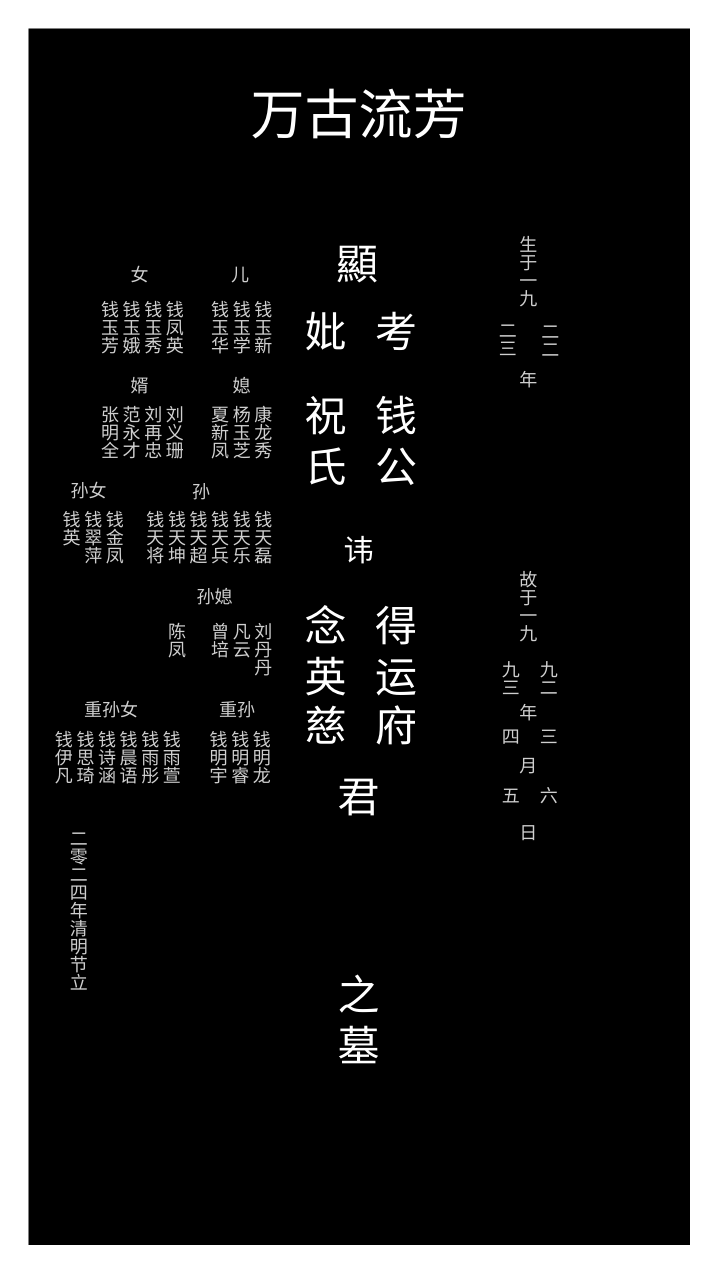
This is 未命名绘图.drawio from wshiqtb/wshiqtb, a draw.io file, before an edit. Source tidied: cells renumbered, new cells numbered last; positions are measured from the earlier drawing's top-left corner, leaving out a move shared by most shapes. Both pictures are drawn from the tidied source at 150%, with x=0, y=0 at pixel (28, 28).
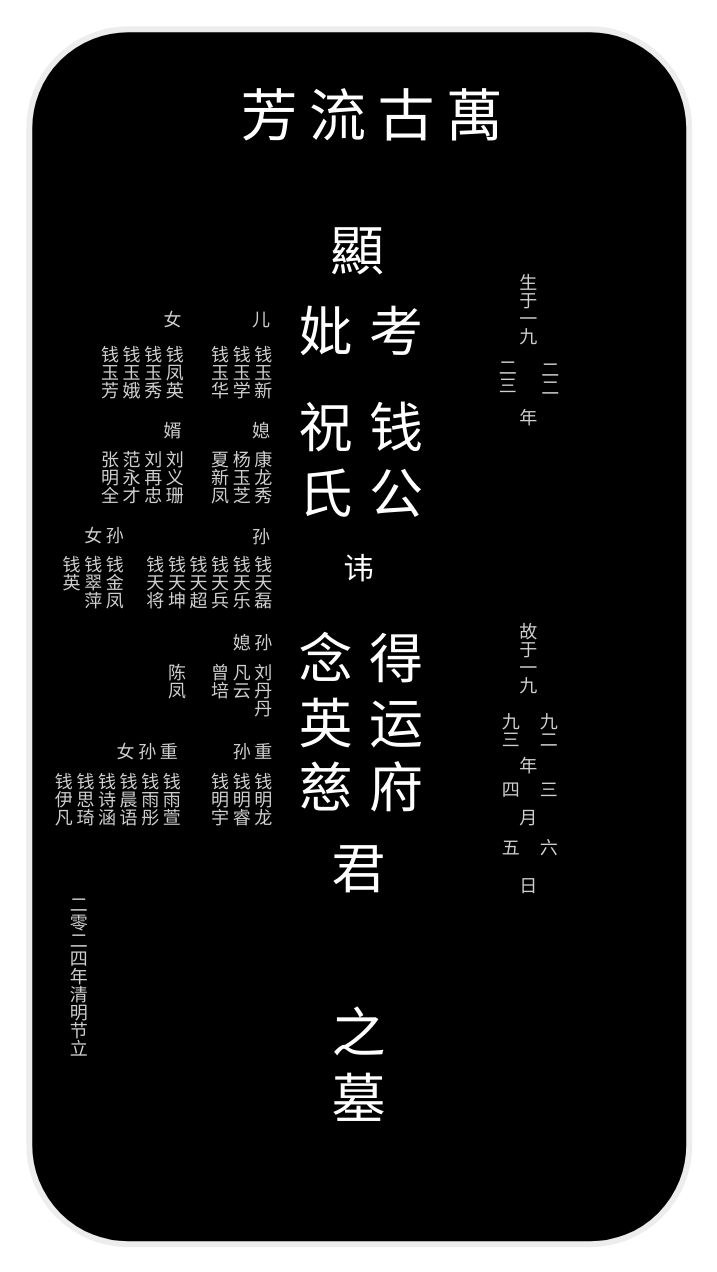
The same diagram, later.

Commit message (it also covers changes not shown here):
更新未命名绘图.drawio

What changed in the source:
```diff
@@
-    <mxCell id="2" style="rounded=0;whiteSpace=wrap;html=1;labelBackgroundColor=#000000;fillColor=#000000;strokeColor=#000000;" parent="1" vertex="1">
+    <mxCell id="2" style="rounded=1;whiteSpace=wrap;html=1;labelBackgroundColor=#000000;fillColor=#000000;strokeColor=#EDEDED;fillStyle=auto;gradientColor=none;strokeWidth=4;shadow=0;textShadow=0;" parent="1" vertex="1">
       <mxGeometry width="440" height="810" as="geometry" />
     </mxCell>
-    <mxCell id="3" value="女" style="text;html=1;align=center;verticalAlign=middle;whiteSpace=wrap;rounded=0;fontColor=#CFCFCF;opacity=10;" parent="1" vertex="1">
-      <mxGeometry x="54" y="154" width="40" height="20" as="geometry" />
+    <mxCell id="3" value="女" style="text;html=1;align=right;verticalAlign=middle;whiteSpace=wrap;rounded=0;fontColor=#CFCFCF;opacity=10;" parent="1" vertex="1">
+      <mxGeometry x="64" y="184" width="40" height="20" as="geometry" />
     </mxCell>
-    <mxCell id="4" value="儿" style="text;html=1;align=center;verticalAlign=middle;whiteSpace=wrap;rounded=0;fontColor=#CFCFCF;opacity=10;" parent="1" vertex="1">
-      <mxGeometry x="121" y="154" width="40" height="20" as="geometry" />
+    <mxCell id="4" value="儿" style="text;html=1;align=right;verticalAlign=middle;whiteSpace=wrap;rounded=0;fontColor=#CFCFCF;opacity=10;" parent="1" vertex="1">
+      <mxGeometry x="123" y="184" width="40" height="20" as="geometry" />
     </mxCell>
     <mxCell id="5" value="钱玉新&lt;div style=&quot;font-size: 12px;&quot;&gt;钱玉学&lt;/div&gt;&lt;div style=&quot;font-size: 12px;&quot;&gt;钱玉华&lt;/div&gt;" style="text;html=1;align=right;verticalAlign=top;whiteSpace=wrap;rounded=0;textDirection=vertical-rl;spacingTop=0;spacing=2;fontSize=12;spacingBottom=0;fontColor=#CFCFCF;opacity=10;" parent="1" vertex="1">
-      <mxGeometry x="123" y="174" width="40" height="50" as="geometry" />
+      <mxGeometry x="123" y="204" width="40" height="50" as="geometry" />
     </mxCell>
     <mxCell id="6" value="钱凤英&lt;div&gt;钱玉秀&lt;/div&gt;&lt;div&gt;钱玉娥&lt;/div&gt;&lt;div&gt;钱玉芳&lt;/div&gt;" style="text;html=1;align=right;verticalAlign=top;whiteSpace=wrap;rounded=0;textDirection=vertical-rl;spacingTop=0;spacing=2;fontSize=12;spacingBottom=0;fontColor=#CFCFCF;opacity=10;" parent="1" vertex="1">
-      <mxGeometry x="64" y="174" width="40" height="50" as="geometry" />
+      <mxGeometry x="64" y="204" width="40" height="50" as="geometry" />
     </mxCell>
-    <mxCell id="7" value="媳" style="text;html=1;align=center;verticalAlign=middle;whiteSpace=wrap;rounded=0;fontColor=#CFCFCF;opacity=10;" parent="1" vertex="1">
-      <mxGeometry x="122" y="225" width="40" height="25" as="geometry" />
+    <mxCell id="7" value="媳" style="text;html=1;align=right;verticalAlign=middle;whiteSpace=wrap;rounded=0;fontColor=#CFCFCF;opacity=10;" parent="1" vertex="1">
+      <mxGeometry x="123" y="255" width="40" height="25" as="geometry" />
     </mxCell>
     <mxCell id="8" value="康龙秀&lt;div&gt;杨玉芝&lt;/div&gt;&lt;div&gt;夏新凤&lt;/div&gt;" style="text;html=1;align=right;verticalAlign=top;whiteSpace=wrap;rounded=0;textDirection=vertical-rl;spacingTop=0;spacing=2;fontSize=12;spacingBottom=0;fontColor=#CFCFCF;opacity=10;" parent="1" vertex="1">
-      <mxGeometry x="113" y="244" width="50" height="50" as="geometry" />
+      <mxGeometry x="113" y="274" width="50" height="50" as="geometry" />
     </mxCell>
     <mxCell id="9" value="刘义珊&lt;div&gt;刘再忠&lt;/div&gt;&lt;div&gt;范永才&lt;/div&gt;&lt;div&gt;张明全&lt;/div&gt;" style="text;html=1;align=right;verticalAlign=top;whiteSpace=wrap;rounded=0;textDirection=vertical-rl;spacingTop=0;spacing=2;fontSize=12;spacingBottom=0;fontColor=#CFCFCF;opacity=10;" parent="1" vertex="1">
-      <mxGeometry x="54" y="244" width="50" height="50" as="geometry" />
+      <mxGeometry x="54" y="274" width="50" height="50" as="geometry" />
     </mxCell>
-    <mxCell id="10" value="婿" style="text;html=1;align=center;verticalAlign=middle;whiteSpace=wrap;rounded=0;fontColor=#CFCFCF;opacity=10;" parent="1" vertex="1">
-      <mxGeometry x="54" y="227.5" width="40" height="20" as="geometry" />
+    <mxCell id="10" value="婿" style="text;html=1;align=right;verticalAlign=middle;whiteSpace=wrap;rounded=0;fontColor=#CFCFCF;opacity=10;" parent="1" vertex="1">
+      <mxGeometry x="64" y="257.5" width="40" height="20" as="geometry" />
     </mxCell>
     <mxCell id="11" value="孙" style="text;html=1;align=right;verticalAlign=middle;whiteSpace=wrap;rounded=0;fontColor=#CFCFCF;opacity=10;" parent="1" vertex="1">
-      <mxGeometry x="83" y="299" width="40" height="20" as="geometry" />
+      <mxGeometry x="123" y="329" width="40" height="20" as="geometry" />
     </mxCell>
     <mxCell id="12" value="钱天磊&lt;div&gt;钱天乐&lt;/div&gt;&lt;div&gt;钱天兵&lt;/div&gt;&lt;div&gt;钱天超&lt;/div&gt;&lt;div&gt;钱天坤&lt;/div&gt;&lt;div&gt;钱天将&lt;/div&gt;" style="text;html=1;align=right;verticalAlign=top;whiteSpace=wrap;rounded=0;textDirection=vertical-rl;spacingTop=0;spacing=2;fontSize=12;spacingBottom=0;fontColor=#CFCFCF;opacity=10;" parent="1" vertex="1">
-      <mxGeometry x="73" y="314" width="90" height="50" as="geometry" />
+      <mxGeometry x="73" y="344" width="90" height="50" as="geometry" />
     </mxCell>
-    <mxCell id="13" value="孙女" style="text;html=1;align=right;verticalAlign=middle;whiteSpace=wrap;rounded=0;fontColor=#CFCFCF;opacity=10;" parent="1" vertex="1">
-      <mxGeometry x="19" y="298" width="35" height="20" as="geometry" />
+    <mxCell id="13" value="孙女" style="text;html=1;align=right;verticalAlign=middle;whiteSpace=wrap;rounded=0;fontColor=#CFCFCF;opacity=10;textDirection=vertical-rl;" parent="1" vertex="1">
+      <mxGeometry x="29" y="328" width="35" height="20" as="geometry" />
     </mxCell>
     <mxCell id="14" value="钱金凤&lt;div&gt;钱翠萍&lt;br&gt;&lt;div&gt;钱英&lt;/div&gt;&lt;/div&gt;" style="text;html=1;align=right;verticalAlign=top;whiteSpace=wrap;rounded=0;textDirection=vertical-rl;spacingTop=0;spacing=2;fontSize=12;spacingBottom=0;fontColor=#CFCFCF;opacity=10;" parent="1" vertex="1">
-      <mxGeometry x="9" y="314" width="55" height="50" as="geometry" />
+      <mxGeometry x="9" y="344" width="55" height="50" as="geometry" />
     </mxCell>
-    <mxCell id="15" value="孙媳" style="text;html=1;align=right;verticalAlign=middle;whiteSpace=wrap;rounded=0;fontColor=#CFCFCF;opacity=10;" parent="1" vertex="1">
-      <mxGeometry x="98" y="369" width="40" height="20" as="geometry" />
+    <mxCell id="15" value="孙媳" style="text;html=1;align=right;verticalAlign=middle;whiteSpace=wrap;rounded=0;fontColor=#CFCFCF;opacity=10;textDirection=vertical-rl;" parent="1" vertex="1">
+      <mxGeometry x="123" y="399" width="40" height="20" as="geometry" />
     </mxCell>
     <mxCell id="16" value="&lt;div&gt;刘丹丹&lt;/div&gt;&lt;div&gt;凡云&lt;/div&gt;&lt;div&gt;曾培&lt;/div&gt;&lt;div&gt;&lt;br&gt;&lt;/div&gt;&lt;div&gt;陈凤&lt;/div&gt;&lt;div&gt;&lt;br&gt;&lt;/div&gt;" style="text;html=1;align=right;verticalAlign=top;whiteSpace=wrap;rounded=0;textDirection=vertical-rl;spacingTop=0;spacing=2;fontSize=12;spacingBottom=0;fontColor=#CFCFCF;opacity=10;" parent="1" vertex="1">
-      <mxGeometry x="63" y="389" width="100" height="43" as="geometry" />
+      <mxGeometry x="63" y="416" width="100" height="43" as="geometry" />
     </mxCell>
-    <mxCell id="17" value="重孙" style="text;html=1;align=right;verticalAlign=middle;whiteSpace=wrap;rounded=0;fontColor=#CFCFCF;opacity=10;" parent="1" vertex="1">
-      <mxGeometry x="113" y="444" width="40" height="20" as="geometry" />
+    <mxCell id="17" value="重孙" style="text;html=1;align=right;verticalAlign=middle;whiteSpace=wrap;rounded=0;fontColor=#CFCFCF;opacity=10;textDirection=vertical-rl;" parent="1" vertex="1">
+      <mxGeometry x="123" y="472" width="40" height="20" as="geometry" />
     </mxCell>
     <mxCell id="18" value="钱明龙&lt;div&gt;钱明睿&lt;/div&gt;&lt;div&gt;钱明宇&lt;/div&gt;" style="text;html=1;align=right;verticalAlign=top;whiteSpace=wrap;rounded=0;textDirection=vertical-rl;spacingTop=0;spacing=2;fontSize=12;spacingBottom=0;fontColor=#CFCFCF;opacity=10;" parent="1" vertex="1">
-      <mxGeometry x="103" y="461" width="59" height="50" as="geometry" />
+      <mxGeometry x="104" y="489" width="59" height="50" as="geometry" />
     </mxCell>
-    <mxCell id="19" value="重孙女" style="text;html=1;align=right;verticalAlign=middle;whiteSpace=wrap;rounded=0;fontColor=#CFCFCF;opacity=10;" parent="1" vertex="1">
-      <mxGeometry x="35" y="444" width="40" height="20" as="geometry" />
+    <mxCell id="19" value="重孙女" style="text;html=1;align=right;verticalAlign=middle;whiteSpace=wrap;rounded=0;fontColor=#CFCFCF;opacity=10;textDirection=vertical-rl;" parent="1" vertex="1">
+      <mxGeometry x="60" y="472" width="40" height="20" as="geometry" />
     </mxCell>
     <mxCell id="20" value="钱雨萱&lt;div&gt;钱雨彤&lt;/div&gt;&lt;div&gt;钱晨语&lt;/div&gt;&lt;div&gt;钱诗涵&lt;/div&gt;&lt;div&gt;钱思琦&lt;/div&gt;&lt;div&gt;钱伊凡&lt;/div&gt;" style="text;html=1;align=right;verticalAlign=top;whiteSpace=wrap;rounded=0;textDirection=vertical-rl;spacingTop=0;spacing=2;fontSize=12;spacingBottom=0;fontColor=#CFCFCF;opacity=10;" parent="1" vertex="1">
-      <mxGeometry x="8" y="461" width="94" height="50" as="geometry" />
+      <mxGeometry x="8" y="489" width="94" height="50" as="geometry" />
     </mxCell>
-    <mxCell id="21" value="&lt;font style=&quot;font-size: 28px;&quot;&gt;顯&lt;/font&gt;" style="text;html=1;align=center;verticalAlign=middle;whiteSpace=wrap;rounded=0;fontColor=#FFFFFF;opacity=10;" parent="1" vertex="1">
-      <mxGeometry x="189" y="142" width="60" height="30" as="geometry" />
+    <mxCell id="21" value="&lt;font style=&quot;font-size: 36px;&quot;&gt;顯&lt;/font&gt;" style="text;html=1;align=center;verticalAlign=middle;whiteSpace=wrap;rounded=0;fontColor=#FFFFFF;opacity=10;fontSize=36;" parent="1" vertex="1">
+      <mxGeometry x="189" y="133" width="60" height="30" as="geometry" />
     </mxCell>
     <mxCell id="22" value="&lt;font style=&quot;font-size: 20px;&quot;&gt;讳&lt;/font&gt;" style="text;html=1;align=center;verticalAlign=middle;whiteSpace=wrap;rounded=0;fontColor=#FFFFFF;opacity=10;" parent="1" vertex="1">
-      <mxGeometry x="200" y="330" width="40" height="34" as="geometry" />
+      <mxGeometry x="200" y="342" width="40" height="34" as="geometry" />
     </mxCell>
-    <mxCell id="23" value="&lt;font style=&quot;font-size: 28px;&quot;&gt;君&lt;/font&gt;" style="text;html=1;align=center;verticalAlign=middle;whiteSpace=wrap;rounded=0;fontColor=#FFFFFF;opacity=10;" parent="1" vertex="1">
-      <mxGeometry x="200" y="495" width="40" height="34" as="geometry" />
-    </mxCell>
-    <mxCell id="24" value="&lt;font style=&quot;font-size: 28px;&quot;&gt;之墓&lt;/font&gt;" style="text;html=1;align=center;verticalAlign=middle;whiteSpace=wrap;rounded=0;fontColor=#FFFFFF;opacity=10;" parent="1" vertex="1">
-      <mxGeometry x="200" y="615" width="40" height="91" as="geometry" />
+    <mxCell id="24" value="&lt;font style=&quot;font-size: 36px;&quot;&gt;之墓&lt;/font&gt;" style="text;html=1;align=center;verticalAlign=middle;whiteSpace=wrap;rounded=0;fontColor=#FFFFFF;opacity=10;fontSize=36;" parent="1" vertex="1">
+      <mxGeometry x="200" y="645" width="40" height="91" as="geometry" />
     </mxCell>
-    <mxCell id="25" value="&lt;font style=&quot;font-size: 36px;&quot;&gt;&lt;font style=&quot;font-size: 36px;&quot;&gt;万古&lt;/font&gt;&lt;font style=&quot;font-size: 36px;&quot;&gt;流芳&lt;/font&gt;&lt;/font&gt;" style="text;html=1;align=center;verticalAlign=middle;whiteSpace=wrap;rounded=0;fontColor=#FFFFFF;opacity=10;" parent="1" vertex="1">
-      <mxGeometry x="145" y="42" width="150" height="30" as="geometry" />
+    <mxCell id="25" value="萬古流芳" style="text;html=1;align=center;verticalAlign=middle;whiteSpace=wrap;rounded=0;fontColor=#FFFFFF;opacity=10;fontSize=38;textDirection=vertical-rl;" parent="1" vertex="1">
+      <mxGeometry x="141" y="42" width="165" height="30" as="geometry" />
     </mxCell>
-    <mxCell id="26" value="&lt;font style=&quot;font-size: 28px;&quot;&gt;考&lt;/font&gt;" style="text;html=1;align=center;verticalAlign=middle;whiteSpace=wrap;rounded=0;fontColor=#FFFFFF;opacity=10;" parent="1" vertex="1">
+    <mxCell id="26" value="&lt;font style=&quot;font-size: 36px;&quot;&gt;考&lt;/font&gt;" style="text;html=1;align=center;verticalAlign=middle;whiteSpace=wrap;rounded=0;fontColor=#FFFFFF;opacity=10;fontSize=36;" parent="1" vertex="1">
       <mxGeometry x="225" y="185" width="40" height="34" as="geometry" />
     </mxCell>
-    <mxCell id="27" value="&lt;font style=&quot;font-size: 28px;&quot;&gt;钱公&lt;/font&gt;" style="text;html=1;align=center;verticalAlign=middle;whiteSpace=wrap;rounded=0;fontColor=#FFFFFF;opacity=10;" parent="1" vertex="1">
-      <mxGeometry x="225" y="258" width="40" height="34" as="geometry" />
+    <mxCell id="27" value="&lt;font style=&quot;font-size: 36px;&quot;&gt;钱公&lt;/font&gt;" style="text;html=1;align=center;verticalAlign=middle;whiteSpace=wrap;rounded=0;fontColor=#FFFFFF;opacity=10;fontSize=36;" parent="1" vertex="1">
+      <mxGeometry x="225" y="271" width="40" height="34" as="geometry" />
     </mxCell>
-    <mxCell id="28" value="&lt;span style=&quot;font-size: 28px;&quot;&gt;得运府&lt;/span&gt;" style="text;html=1;align=center;verticalAlign=middle;whiteSpace=wrap;rounded=0;fontColor=#FFFFFF;opacity=10;" parent="1" vertex="1">
-      <mxGeometry x="225" y="402" width="40" height="60" as="geometry" />
-    </mxCell>
-    <mxCell id="29" value="&lt;span style=&quot;font-size: 28px;&quot;&gt;妣&lt;/span&gt;" style="text;html=1;align=center;verticalAlign=middle;whiteSpace=wrap;rounded=0;fontColor=#FFFFFF;opacity=10;" parent="1" vertex="1">
+    <mxCell id="29" value="&lt;span style=&quot;font-size: 36px;&quot;&gt;妣&lt;/span&gt;" style="text;html=1;align=center;verticalAlign=middle;whiteSpace=wrap;rounded=0;fontColor=#FFFFFF;opacity=10;fontSize=36;" parent="1" vertex="1">
       <mxGeometry x="178" y="185" width="40" height="34" as="geometry" />
     </mxCell>
-    <mxCell id="30" value="&lt;font style=&quot;font-size: 28px;&quot;&gt;祝氏&lt;/font&gt;" style="text;html=1;align=center;verticalAlign=middle;whiteSpace=wrap;rounded=0;fontColor=#FFFFFF;opacity=10;" parent="1" vertex="1">
-      <mxGeometry x="178" y="258" width="40" height="34" as="geometry" />
+    <mxCell id="30" value="&lt;font style=&quot;font-size: 36px;&quot;&gt;祝氏&lt;/font&gt;" style="text;html=1;align=center;verticalAlign=middle;whiteSpace=wrap;rounded=0;fontColor=#FFFFFF;opacity=10;fontSize=36;" parent="1" vertex="1">
+      <mxGeometry x="178" y="271" width="40" height="34" as="geometry" />
     </mxCell>
-    <mxCell id="31" value="&lt;span style=&quot;font-size: 28px; background-color: initial;&quot;&gt;念英慈&lt;/span&gt;" style="text;html=1;align=center;verticalAlign=middle;whiteSpace=wrap;rounded=0;fontColor=#FFFFFF;opacity=10;" parent="1" vertex="1">
-      <mxGeometry x="178" y="402" width="40" height="60" as="geometry" />
-    </mxCell>
     <mxCell id="32" value="二零二四年清明节立" style="text;html=1;align=right;verticalAlign=middle;whiteSpace=wrap;rounded=0;textDirection=vertical-rl;fontColor=#CFCFCF;opacity=10;" parent="1" vertex="1">
-      <mxGeometry y="529" width="40" height="117" as="geometry" />
+      <mxGeometry x="20" y="573" width="20" height="117" as="geometry" />
     </mxCell>
     <mxCell id="33" value="生于一九" style="text;html=1;align=center;verticalAlign=top;whiteSpace=wrap;rounded=0;textDirection=vertical-rl;fontColor=#CFCFCF;opacity=10;" parent="1" vertex="1">
-      <mxGeometry x="311" y="131" width="40" height="60" as="geometry" />
+      <mxGeometry x="311" y="156" width="40" height="60" as="geometry" />
     </mxCell>
     <mxCell id="34" value="二三" style="text;html=1;align=right;verticalAlign=top;whiteSpace=wrap;rounded=0;textDirection=vertical-rl;fontColor=#CFCFCF;opacity=10;" parent="1" vertex="1">
-      <mxGeometry x="304" y="188" width="22" height="41" as="geometry" />
+      <mxGeometry x="304" y="213" width="22" height="41" as="geometry" />
     </mxCell>
     <mxCell id="35" value="二二" style="text;html=1;align=left;verticalAlign=top;whiteSpace=wrap;rounded=0;textDirection=vertical-rl;fontColor=#CFCFCF;opacity=10;" parent="1" vertex="1">
-      <mxGeometry x="337" y="189" width="22" height="41" as="geometry" />
+      <mxGeometry x="337" y="214" width="22" height="41" as="geometry" />
     </mxCell>
     <mxCell id="36" value="年" style="text;html=1;align=center;verticalAlign=top;whiteSpace=wrap;rounded=0;textDirection=vertical-rl;fontColor=#CFCFCF;opacity=10;" parent="1" vertex="1">
-      <mxGeometry x="311" y="221" width="40" height="25" as="geometry" />
+      <mxGeometry x="311" y="246" width="40" height="25" as="geometry" />
     </mxCell>
     <mxCell id="37" style="group;" parent="1" vertex="1">
-      <mxGeometry x="306" y="354" width="50" height="194" as="geometry" />
+      <mxGeometry x="306" y="389" width="50" height="194" as="geometry" />
     </mxCell>
@@
+    <mxCell id="50" style="group;" parent="1" vertex="1">
+      <mxGeometry x="178" y="433" width="87" height="127" as="geometry" />
+    </mxCell>
+    <mxCell id="23" value="&lt;font style=&quot;font-size: 36px;&quot;&gt;君&lt;/font&gt;" style="text;html=1;align=center;verticalAlign=middle;whiteSpace=wrap;rounded=0;fontColor=#FFFFFF;opacity=10;fontSize=36;" parent="50" vertex="1">
+      <mxGeometry x="22" y="110" width="40" height="34" as="geometry" />
+    </mxCell>
+    <mxCell id="28" value="&lt;span style=&quot;font-size: 36px;&quot;&gt;得运府&lt;/span&gt;" style="text;html=1;align=center;verticalAlign=middle;whiteSpace=wrap;rounded=0;fontColor=#FFFFFF;opacity=10;fontSize=36;" parent="50" vertex="1">
+      <mxGeometry x="47" width="40" height="60" as="geometry" />
+    </mxCell>
+    <mxCell id="31" value="&lt;span style=&quot;font-size: 36px; background-color: initial;&quot;&gt;念英慈&lt;/span&gt;" style="text;html=1;align=center;verticalAlign=middle;whiteSpace=wrap;rounded=0;fontColor=#FFFFFF;opacity=10;fontSize=36;" parent="50" vertex="1">
+      <mxGeometry width="40" height="60" as="geometry" />
+    </mxCell>
```
